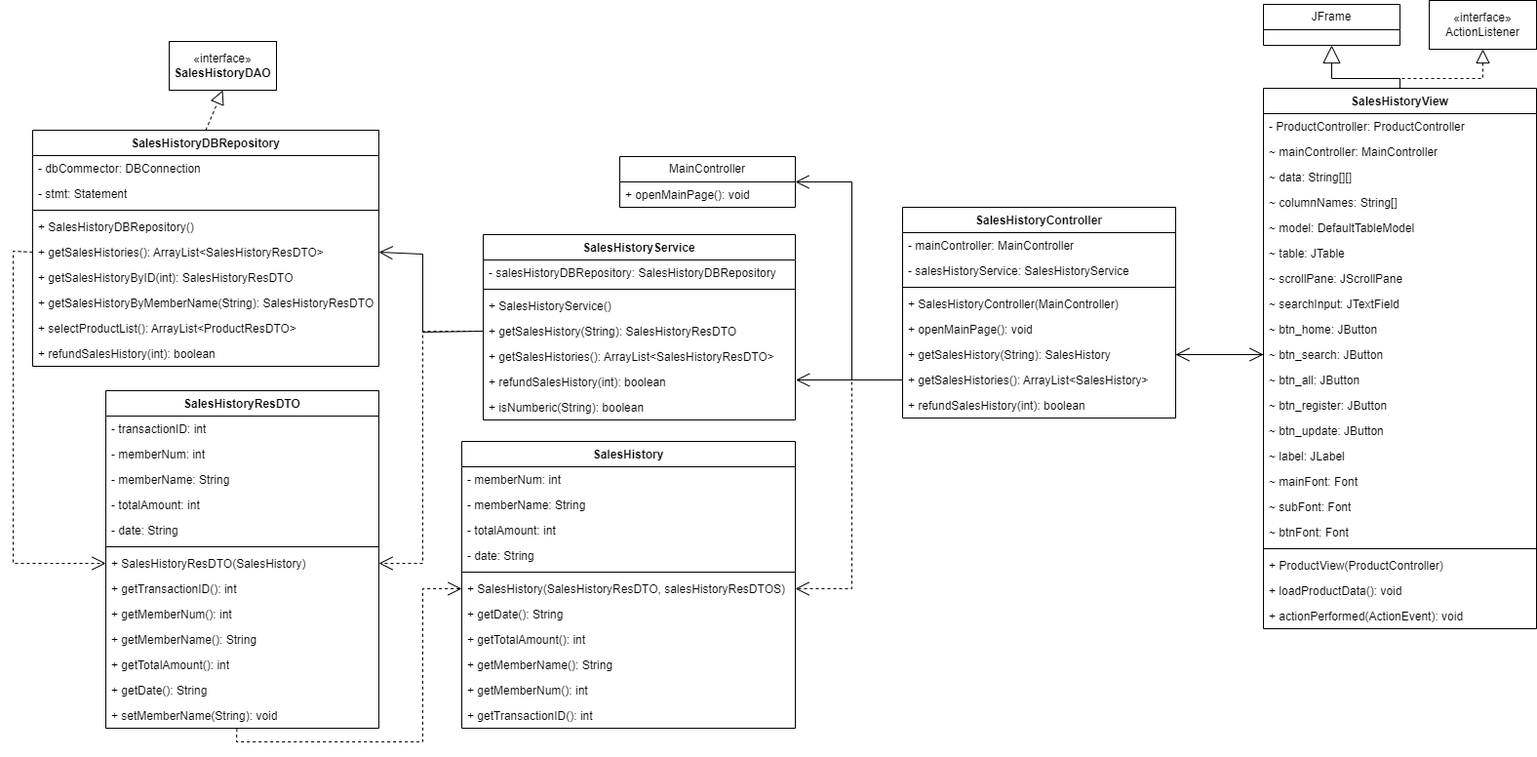
Before: diagram/SalesHistory.drawio.png, a diagram exported from draw.io (P-POS/PPOS). Source tidied: cells renumbered, new cells last; positions are measured from the earlier drawing's top-left corner, leaving out a move shared by most shapes.
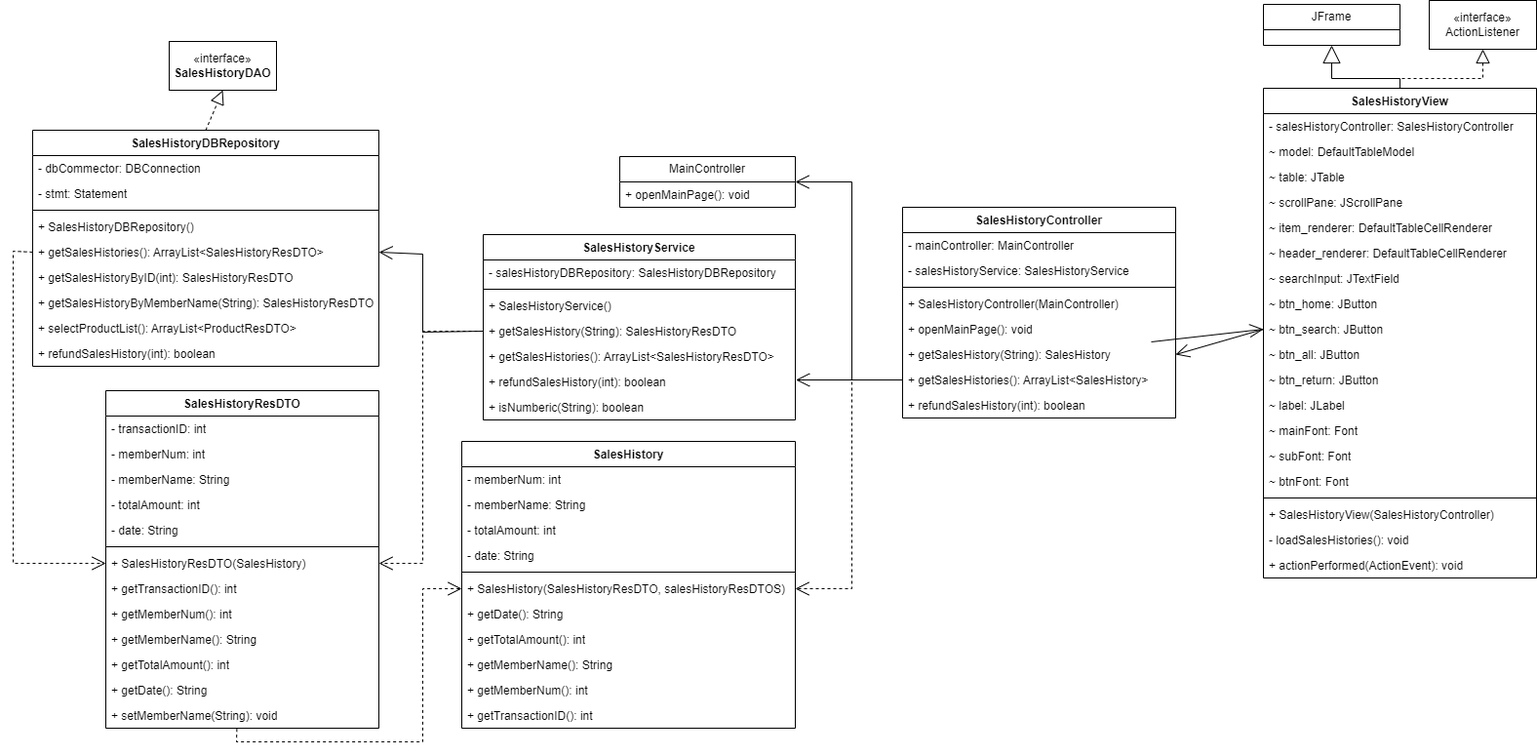
After the change.

Diff of the diagram source:
```diff
@@ -54,70 +54,64 @@
       <mxGeometry y="164" width="320" height="26" as="geometry" />
     </mxCell>
     <mxCell id="19" value="&lt;span style=&quot;text-wrap: nowrap;&quot;&gt;SalesHistoryView&lt;/span&gt;" style="swimlane;fontStyle=1;align=center;verticalAlign=top;horizontal=1;startSize=26;whiteSpace=wrap;html=1;" parent="1" vertex="1">
-      <mxGeometry x="1282" y="90" width="280" height="554" as="geometry" />
+      <mxGeometry x="1282" y="90" width="280" height="502" as="geometry" />
     </mxCell>
-    <mxCell id="20" value="&lt;span style=&quot;text-wrap: nowrap;&quot;&gt;- ProductController:&amp;nbsp;ProductController&lt;/span&gt;" style="text;strokeColor=none;fillColor=none;align=left;verticalAlign=top;spacingLeft=4;spacingRight=4;overflow=hidden;whiteSpace=wrap;html=1;" parent="19" vertex="1">
+    <mxCell id="20" value="&lt;span style=&quot;text-wrap: nowrap;&quot;&gt;- salesHistoryController:&amp;nbsp;SalesHistoryController&lt;/span&gt;" style="text;strokeColor=none;fillColor=none;align=left;verticalAlign=top;spacingLeft=4;spacingRight=4;overflow=hidden;whiteSpace=wrap;html=1;" parent="19" vertex="1">
       <mxGeometry y="26" width="280" height="26" as="geometry" />
     </mxCell>
-    <mxCell id="21" value="&lt;span style=&quot;text-wrap: nowrap;&quot;&gt;~ mainController:&amp;nbsp;MainController&lt;/span&gt;" style="text;strokeColor=none;fillColor=none;align=left;verticalAlign=top;spacingLeft=4;spacingRight=4;overflow=hidden;whiteSpace=wrap;html=1;" parent="19" vertex="1">
-      <mxGeometry y="52" width="280" height="26" as="geometry" />
-    </mxCell>
-    <mxCell id="22" value="&lt;span style=&quot;text-wrap: nowrap;&quot;&gt;~ data:&amp;nbsp;String[][]&lt;/span&gt;" style="text;strokeColor=none;fillColor=none;align=left;verticalAlign=top;spacingLeft=4;spacingRight=4;overflow=hidden;whiteSpace=wrap;html=1;" parent="19" vertex="1">
-      <mxGeometry y="78" width="280" height="26" as="geometry" />
-    </mxCell>
-    <mxCell id="23" value="&lt;span style=&quot;text-wrap: nowrap;&quot;&gt;~ columnNames:&amp;nbsp;String[]&lt;/span&gt;" style="text;strokeColor=none;fillColor=none;align=left;verticalAlign=top;spacingLeft=4;spacingRight=4;overflow=hidden;whiteSpace=wrap;html=1;" parent="19" vertex="1">
-      <mxGeometry y="104" width="280" height="26" as="geometry" />
-    </mxCell>
     <mxCell id="24" value="&lt;span style=&quot;text-wrap: nowrap;&quot;&gt;~ model: DefaultTableModel&lt;/span&gt;" style="text;strokeColor=none;fillColor=none;align=left;verticalAlign=top;spacingLeft=4;spacingRight=4;overflow=hidden;whiteSpace=wrap;html=1;" parent="19" vertex="1">
-      <mxGeometry y="130" width="280" height="26" as="geometry" />
+      <mxGeometry y="52" width="280" height="26" as="geometry" />
     </mxCell>
     <mxCell id="25" value="&lt;span style=&quot;text-wrap: nowrap;&quot;&gt;~ table:&amp;nbsp;JTable&lt;/span&gt;" style="text;strokeColor=none;fillColor=none;align=left;verticalAlign=top;spacingLeft=4;spacingRight=4;overflow=hidden;whiteSpace=wrap;html=1;" parent="19" vertex="1">
-      <mxGeometry y="156" width="280" height="26" as="geometry" />
+      <mxGeometry y="78" width="280" height="26" as="geometry" />
     </mxCell>
     <mxCell id="26" value="&lt;span style=&quot;text-wrap: nowrap;&quot;&gt;~ scrollPane:&amp;nbsp;JScrollPane&lt;/span&gt;" style="text;strokeColor=none;fillColor=none;align=left;verticalAlign=top;spacingLeft=4;spacingRight=4;overflow=hidden;whiteSpace=wrap;html=1;" parent="19" vertex="1">
-      <mxGeometry y="182" width="280" height="26" as="geometry" />
+      <mxGeometry y="104" width="280" height="26" as="geometry" />
     </mxCell>
+    <mxCell id="94" value="&lt;span style=&quot;text-wrap: nowrap;&quot;&gt;~ item_renderer:&amp;nbsp;DefaultTableCellRenderer&lt;/span&gt;" style="text;strokeColor=none;fillColor=none;align=left;verticalAlign=top;spacingLeft=4;spacingRight=4;overflow=hidden;whiteSpace=wrap;html=1;" parent="19" vertex="1">
+      <mxGeometry y="130" width="280" height="26" as="geometry" />
+    </mxCell>
+    <mxCell id="95" value="&lt;span style=&quot;text-wrap: nowrap;&quot;&gt;~ header_renderer:&amp;nbsp;DefaultTableCellRenderer&lt;/span&gt;" style="text;strokeColor=none;fillColor=none;align=left;verticalAlign=top;spacingLeft=4;spacingRight=4;overflow=hidden;whiteSpace=wrap;html=1;" parent="19" vertex="1">
+      <mxGeometry y="156" width="280" height="26" as="geometry" />
+    </mxCell>
     <mxCell id="27" value="&lt;span style=&quot;text-wrap: nowrap;&quot;&gt;~ searchInput:&amp;nbsp;JTextField&lt;/span&gt;" style="text;strokeColor=none;fillColor=none;align=left;verticalAlign=top;spacingLeft=4;spacingRight=4;overflow=hidden;whiteSpace=wrap;html=1;" parent="19" vertex="1">
-      <mxGeometry y="208" width="280" height="26" as="geometry" />
+      <mxGeometry y="182" width="280" height="26" as="geometry" />
     </mxCell>
     <mxCell id="28" value="&lt;span style=&quot;text-wrap: nowrap;&quot;&gt;~ btn_home:&amp;nbsp;JButton&lt;/span&gt;" style="text;strokeColor=none;fillColor=none;align=left;verticalAlign=top;spacingLeft=4;spacingRight=4;overflow=hidden;whiteSpace=wrap;html=1;" parent="19" vertex="1">
-      <mxGeometry y="234" width="280" height="26" as="geometry" />
+      <mxGeometry y="208" width="280" height="26" as="geometry" />
     </mxCell>
     <mxCell id="29" value="&lt;span style=&quot;text-wrap: nowrap;&quot;&gt;~ btn_search:&amp;nbsp;JButton&lt;/span&gt;" style="text;strokeColor=none;fillColor=none;align=left;verticalAlign=top;spacingLeft=4;spacingRight=4;overflow=hidden;points=[[0,0.5],[1,0.5]];portConstraint=eastwest;whiteSpace=wrap;html=1;" parent="19" vertex="1">
-      <mxGeometry y="260" width="280" height="26" as="geometry" />
+      <mxGeometry y="234" width="280" height="26" as="geometry" />
     </mxCell>
     <mxCell id="30" value="&lt;span style=&quot;text-wrap: nowrap;&quot;&gt;~ btn_all:&amp;nbsp;JButton&lt;/span&gt;" style="text;strokeColor=none;fillColor=none;align=left;verticalAlign=top;spacingLeft=4;spacingRight=4;overflow=hidden;whiteSpace=wrap;html=1;" parent="19" vertex="1">
-      <mxGeometry y="286" width="280" height="26" as="geometry" />
+      <mxGeometry y="260" width="280" height="26" as="geometry" />
     </mxCell>
-    <mxCell id="31" value="&lt;span style=&quot;text-wrap: nowrap;&quot;&gt;~ btn_register:&amp;nbsp;JButton&lt;/span&gt;" style="text;strokeColor=none;fillColor=none;align=left;verticalAlign=top;spacingLeft=4;spacingRight=4;overflow=hidden;whiteSpace=wrap;html=1;" parent="19" vertex="1">
-      <mxGeometry y="312" width="280" height="26" as="geometry" />
+    <mxCell id="31" value="&lt;span style=&quot;text-wrap: nowrap;&quot;&gt;~ btn_return:&amp;nbsp;JButton&lt;/span&gt;" style="text;strokeColor=none;fillColor=none;align=left;verticalAlign=top;spacingLeft=4;spacingRight=4;overflow=hidden;whiteSpace=wrap;html=1;" parent="19" vertex="1">
+      <mxGeometry y="286" width="280" height="26" as="geometry" />
     </mxCell>
-    <mxCell id="32" value="&lt;span style=&quot;text-wrap: nowrap;&quot;&gt;~ btn_update:&amp;nbsp;JButton&lt;/span&gt;" style="text;strokeColor=none;fillColor=none;align=left;verticalAlign=top;spacingLeft=4;spacingRight=4;overflow=hidden;whiteSpace=wrap;html=1;" parent="19" vertex="1">
-      <mxGeometry y="338" width="280" height="26" as="geometry" />
-    </mxCell>
     <mxCell id="33" value="&lt;span style=&quot;text-wrap: nowrap;&quot;&gt;~ label:&amp;nbsp;JLabel&lt;/span&gt;" style="text;strokeColor=none;fillColor=none;align=left;verticalAlign=top;spacingLeft=4;spacingRight=4;overflow=hidden;whiteSpace=wrap;html=1;" parent="19" vertex="1">
-      <mxGeometry y="364" width="280" height="26" as="geometry" />
+      <mxGeometry y="312" width="280" height="26" as="geometry" />
     </mxCell>
     <mxCell id="34" value="&lt;span style=&quot;text-wrap: nowrap;&quot;&gt;~ mainFont:&amp;nbsp;Font&lt;/span&gt;" style="text;strokeColor=none;fillColor=none;align=left;verticalAlign=top;spacingLeft=4;spacingRight=4;overflow=hidden;whiteSpace=wrap;html=1;" parent="19" vertex="1">
-      <mxGeometry y="390" width="280" height="26" as="geometry" />
+      <mxGeometry y="338" width="280" height="26" as="geometry" />
     </mxCell>
     <mxCell id="35" value="&lt;span style=&quot;text-wrap: nowrap;&quot;&gt;~ subFont:&amp;nbsp;Font&lt;/span&gt;" style="text;strokeColor=none;fillColor=none;align=left;verticalAlign=top;spacingLeft=4;spacingRight=4;overflow=hidden;whiteSpace=wrap;html=1;" parent="19" vertex="1">
-      <mxGeometry y="416" width="280" height="26" as="geometry" />
+      <mxGeometry y="364" width="280" height="26" as="geometry" />
     </mxCell>
     <mxCell id="36" value="&lt;span style=&quot;text-wrap: nowrap;&quot;&gt;~ btnFont:&amp;nbsp;Font&lt;/span&gt;" style="text;strokeColor=none;fillColor=none;align=left;verticalAlign=top;spacingLeft=4;spacingRight=4;overflow=hidden;whiteSpace=wrap;html=1;" parent="19" vertex="1">
-      <mxGeometry y="442" width="280" height="26" as="geometry" />
+      <mxGeometry y="390" width="280" height="26" as="geometry" />
     </mxCell>
     <mxCell id="37" style="line;strokeWidth=1;fillColor=none;align=left;verticalAlign=middle;spacingTop=-1;spacingLeft=3;spacingRight=3;labelPosition=right;strokeColor=inherit;" parent="19" vertex="1">
-      <mxGeometry y="468" width="280" height="8" as="geometry" />
+      <mxGeometry y="416" width="280" height="8" as="geometry" />
     </mxCell>
-    <mxCell id="38" value="+ ProductView(ProductController)" style="text;strokeColor=none;fillColor=none;align=left;verticalAlign=top;spacingLeft=4;spacingRight=4;overflow=hidden;whiteSpace=wrap;html=1;" parent="19" vertex="1">
-      <mxGeometry y="476" width="280" height="26" as="geometry" />
+    <mxCell id="38" value="+ SalesHistoryView(SalesHistoryController)" style="text;strokeColor=none;fillColor=none;align=left;verticalAlign=top;spacingLeft=4;spacingRight=4;overflow=hidden;whiteSpace=wrap;html=1;" parent="19" vertex="1">
+      <mxGeometry y="424" width="280" height="26" as="geometry" />
     </mxCell>
-    <mxCell id="39" value="+ loadProductData(&lt;span style=&quot;background-color: initial;&quot;&gt;): void&lt;/span&gt;" style="text;strokeColor=none;fillColor=none;align=left;verticalAlign=top;spacingLeft=4;spacingRight=4;overflow=hidden;whiteSpace=wrap;html=1;" parent="19" vertex="1">
-      <mxGeometry y="502" width="280" height="26" as="geometry" />
+    <mxCell id="39" value="- loadSalesHistories(&lt;span style=&quot;background-color: initial;&quot;&gt;): void&lt;/span&gt;" style="text;strokeColor=none;fillColor=none;align=left;verticalAlign=top;spacingLeft=4;spacingRight=4;overflow=hidden;whiteSpace=wrap;html=1;" parent="19" vertex="1">
+      <mxGeometry y="450" width="280" height="26" as="geometry" />
     </mxCell>
     <mxCell id="40" value="+ actionPerformed(&lt;span style=&quot;background-color: initial;&quot;&gt;ActionEvent): void&lt;/span&gt;" style="text;strokeColor=none;fillColor=none;align=left;verticalAlign=top;spacingLeft=4;spacingRight=4;overflow=hidden;whiteSpace=wrap;html=1;" parent="19" vertex="1">
-      <mxGeometry y="528" width="280" height="26" as="geometry" />
+      <mxGeometry y="476" width="280" height="26" as="geometry" />
     </mxCell>
     <mxCell id="41" value="JFrame" style="swimlane;fontStyle=0;horizontal=1;startSize=26;fillColor=none;whiteSpace=wrap;html=1;" parent="1" vertex="1">
       <mxGeometry x="1282" y="4" width="140" height="42" as="geometry" />
```
